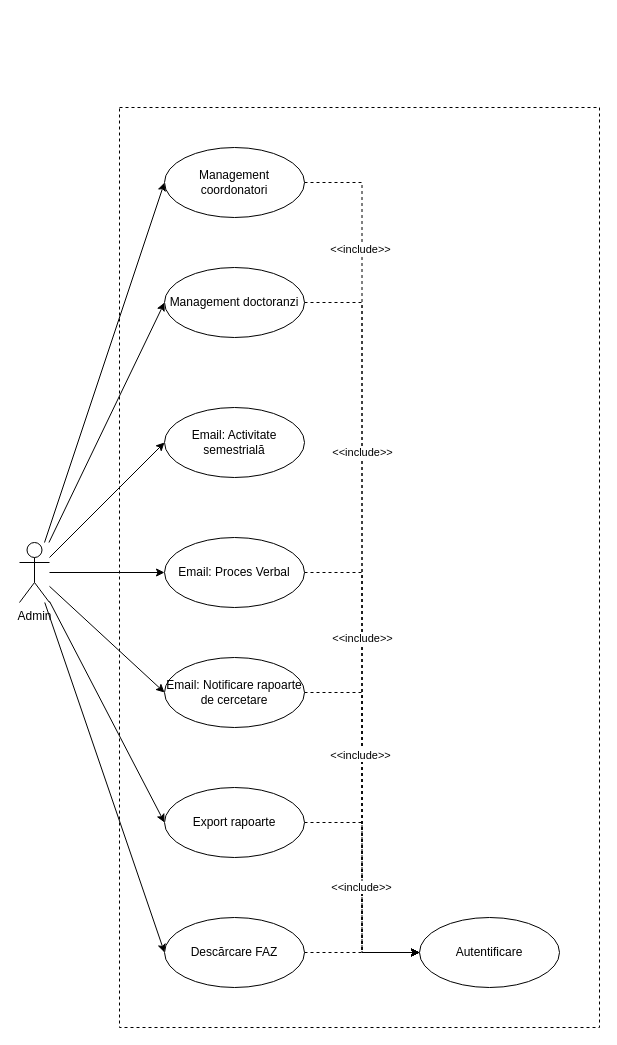
Earlier version of the draw.io diagram page "admin use-case" (7 of 7) of files/diagrams.drawio (valentin-stamate/dashboard-activitatie-academica). Source tidied: cells renumbered, new cells numbered last; positions are measured from the earlier drawing's top-left corner, leaving out a move shared by most shapes. Both pictures are drawn from the tidied source at 100%, with x=0, y=0 at pixel (19, 107).
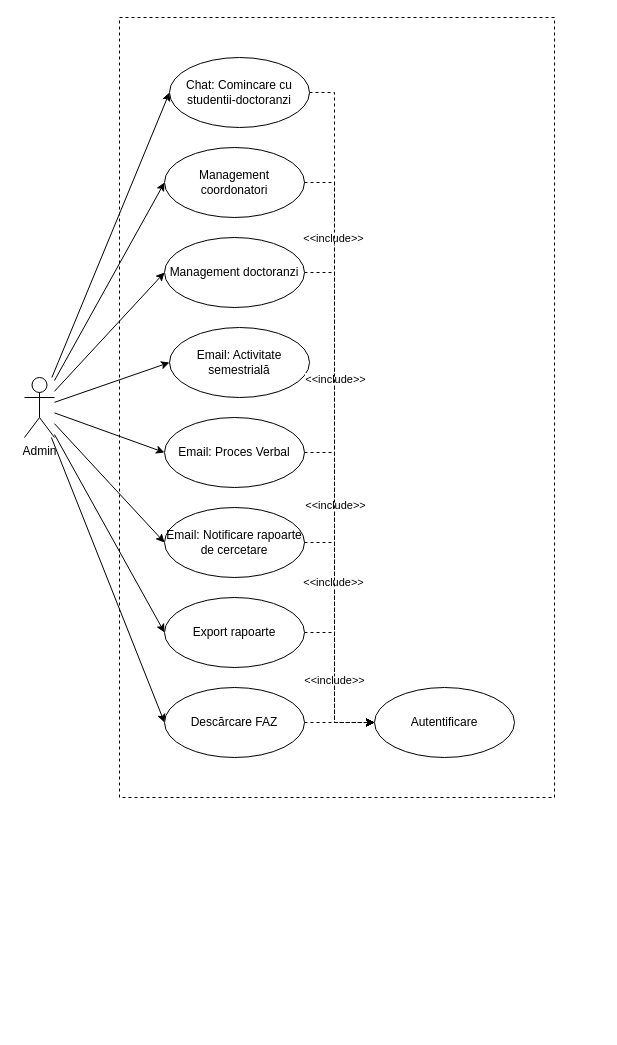
After the change.

The change refers to these unchanged cells:
```xml
<mxCell id="24" value="Management coordonatori" style="ellipse;whiteSpace=wrap;html=1;" parent="1" vertex="1">
  <mxGeometry x="145" y="40" width="140" height="70" as="geometry" />
</mxCell>
```

What changed in the source:
```diff
@@
     <mxCell id="2" style="rounded=0;whiteSpace=wrap;html=1;fillColor=none;dashed=1;" parent="1" vertex="1">
-      <mxGeometry x="100" width="480" height="920" as="geometry" />
+      <mxGeometry x="100" y="-90" width="435" height="780" as="geometry" />
     </mxCell>
@@
+    <mxCell id="30" style="rounded=0;jettySize=auto;html=1;entryX=0;entryY=0.5;entryDx=0;entryDy=0;" parent="1" edge="1" source="10" target="32">
+      <mxGeometry relative="1" as="geometry" />
+    </mxCell>
     <mxCell id="10" value="Admin" style="shape=umlActor;html=1;verticalLabelPosition=bottom;verticalAlign=top;align=center;" parent="1" vertex="1">
-      <mxGeometry y="435" width="30" height="60" as="geometry" />
+      <mxGeometry x="5" y="270" width="30" height="60" as="geometry" />
     </mxCell>
     <mxCell id="11" value="Email: Activitate semestrială" style="ellipse;whiteSpace=wrap;html=1;" parent="1" vertex="1">
-      <mxGeometry x="145" y="300" width="140" height="70" as="geometry" />
+      <mxGeometry x="150" y="220" width="140" height="70" as="geometry" />
     </mxCell>
     <mxCell id="12" style="edgeStyle=orthogonalEdgeStyle;rounded=0;jettySize=auto;html=1;entryX=0;entryY=0.5;entryDx=0;entryDy=0;dashed=1;" parent="1" edge="1" source="13" target="16">
-      <mxGeometry relative="1" as="geometry" />
+      <mxGeometry relative="1" as="geometry">
+        <Array as="points">
+          <mxPoint x="315" y="345" />
+          <mxPoint x="315" y="615" />
+        </Array>
+      </mxGeometry>
     </mxCell>
     <mxCell id="13" value="Email: Proces Verbal" style="ellipse;whiteSpace=wrap;html=1;" parent="1" vertex="1">
-      <mxGeometry x="145" y="430" width="140" height="70" as="geometry" />
+      <mxGeometry x="145" y="310" width="140" height="70" as="geometry" />
     </mxCell>
     <mxCell id="14" style="edgeStyle=orthogonalEdgeStyle;rounded=0;jettySize=auto;html=1;dashed=1;entryX=0;entryY=0.5;entryDx=0;entryDy=0;" parent="1" edge="1" source="15" target="16">
-      <mxGeometry relative="1" as="geometry" />
+      <mxGeometry relative="1" as="geometry">
+        <Array as="points">
+          <mxPoint x="315" y="435" />
+          <mxPoint x="315" y="615" />
+        </Array>
+      </mxGeometry>
     </mxCell>
     <mxCell id="15" value="Email: Notificare rapoarte de cercetare" style="ellipse;whiteSpace=wrap;html=1;" parent="1" vertex="1">
-      <mxGeometry x="145" y="550" width="140" height="70" as="geometry" />
+      <mxGeometry x="145" y="400" width="140" height="70" as="geometry" />
     </mxCell>
     <mxCell id="16" value="Autentificare" style="ellipse;whiteSpace=wrap;html=1;" parent="1" vertex="1">
-      <mxGeometry x="400" y="810" width="140" height="70" as="geometry" />
+      <mxGeometry x="355" y="580" width="140" height="70" as="geometry" />
     </mxCell>
     <mxCell id="17" style="edgeStyle=orthogonalEdgeStyle;rounded=0;jettySize=auto;html=1;entryX=0;entryY=0.5;entryDx=0;entryDy=0;dashed=1;" parent="1" edge="1" source="18" target="16">
-      <mxGeometry relative="1" as="geometry" />
+      <mxGeometry relative="1" as="geometry">
+        <Array as="points">
+          <mxPoint x="315" y="165" />
+          <mxPoint x="315" y="615" />
+        </Array>
+      </mxGeometry>
     </mxCell>
     <mxCell id="18" value="Management doctoranzi" style="ellipse;whiteSpace=wrap;html=1;" parent="1" vertex="1">
-      <mxGeometry x="145" y="160" width="140" height="70" as="geometry" />
+      <mxGeometry x="145" y="130" width="140" height="70" as="geometry" />
     </mxCell>
     <mxCell id="19" style="edgeStyle=orthogonalEdgeStyle;rounded=0;jettySize=auto;html=1;entryX=0;entryY=0.5;entryDx=0;entryDy=0;dashed=1;" parent="1" edge="1" source="24" target="16">
-      <mxGeometry relative="1" as="geometry" />
+      <mxGeometry relative="1" as="geometry">
+        <Array as="points">
+          <mxPoint x="315" y="75" />
+          <mxPoint x="315" y="615" />
+        </Array>
+      </mxGeometry>
     </mxCell>
@@
     <mxCell id="26" value="Descărcare FAZ" style="ellipse;whiteSpace=wrap;html=1;" parent="1" vertex="1">
-      <mxGeometry x="145" y="810" width="140" height="70" as="geometry" />
+      <mxGeometry x="145" y="580" width="140" height="70" as="geometry" />
     </mxCell>
     <mxCell id="27" style="edgeStyle=orthogonalEdgeStyle;rounded=0;jettySize=auto;html=1;entryX=0;entryY=0.5;entryDx=0;entryDy=0;dashed=1;" parent="1" edge="1" source="29" target="16">
-      <mxGeometry relative="1" as="geometry" />
+      <mxGeometry relative="1" as="geometry">
+        <Array as="points">
+          <mxPoint x="315" y="525" />
+          <mxPoint x="315" y="615" />
+        </Array>
+      </mxGeometry>
     </mxCell>
@@
     <mxCell id="29" value="Export rapoarte" style="ellipse;whiteSpace=wrap;html=1;" parent="1" vertex="1">
-      <mxGeometry x="145" y="680" width="140" height="70" as="geometry" />
+      <mxGeometry x="145" y="490" width="140" height="70" as="geometry" />
     </mxCell>
+    <mxCell id="31" style="edgeStyle=orthogonalEdgeStyle;rounded=0;jettySize=auto;html=1;entryX=0;entryY=0.5;entryDx=0;entryDy=0;dashed=1;" parent="1" edge="1" source="32" target="16">
+      <mxGeometry relative="1" as="geometry">
+        <Array as="points">
+          <mxPoint x="315" y="-15" />
+          <mxPoint x="315" y="615" />
+        </Array>
+      </mxGeometry>
+    </mxCell>
+    <mxCell id="32" value="Chat: Comincare cu studentii-doctoranzi" style="ellipse;whiteSpace=wrap;html=1;" parent="1" vertex="1">
+      <mxGeometry x="150" y="-50" width="140" height="70" as="geometry" />
+    </mxCell>
```
